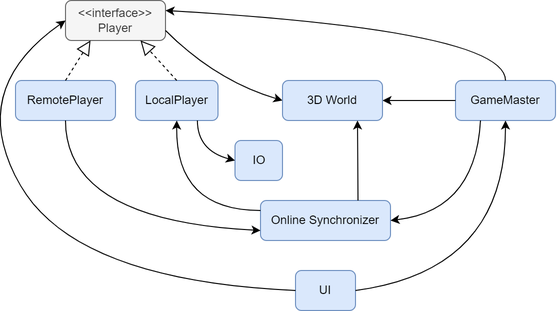
The draw.io diagram docs/service_architecture.png in joonashalinen/bloxu, before a commit. Source tidied: cells renumbered, new cells last; positions are measured from the earlier drawing's top-left corner, leaving out a move shared by most shapes. Source of this version:
```xml
<mxGraphModel>
  <root>
    <mxCell id="0" />
    <mxCell id="1" parent="0" />
    <mxCell id="2" value="UI" style="rounded=1;whiteSpace=wrap;html=1;fillColor=#dae8fc;strokeColor=#6c8ebf;" parent="1" vertex="1">
      <mxGeometry x="330" y="270" width="60" height="40" as="geometry" />
    </mxCell>
    <mxCell id="3" value="&amp;lt;&amp;lt;interface&amp;gt;&amp;gt;&lt;br&gt;Player" style="rounded=1;whiteSpace=wrap;html=1;fillColor=#f5f5f5;strokeColor=#666666;fontColor=#333333;" parent="1" vertex="1">
      <mxGeometry x="100" width="100" height="40" as="geometry" />
    </mxCell>
    <mxCell id="4" value="GameMaster" style="rounded=1;whiteSpace=wrap;html=1;fillColor=#dae8fc;strokeColor=#6c8ebf;" parent="1" vertex="1">
      <mxGeometry x="490" y="80" width="100" height="40" as="geometry" />
    </mxCell>
    <mxCell id="5" style="endArrow=classic;html=1;entryX=0;entryY=0.5;entryDx=0;entryDy=0;curved=1;exitX=1;exitY=0.75;exitDx=0;exitDy=0;" parent="1" edge="1" source="3" target="8">
      <mxGeometry relative="1" as="geometry">
        <Array as="points">
          <mxPoint x="250" y="80" />
        </Array>
      </mxGeometry>
    </mxCell>
    <mxCell id="6" style="endArrow=classic;html=1;rounded=0;exitX=0;exitY=0.5;exitDx=0;exitDy=0;entryX=1;entryY=0.5;entryDx=0;entryDy=0;" parent="1" edge="1" source="4" target="8">
      <mxGeometry relative="1" as="geometry" />
    </mxCell>
    <mxCell id="7" style="endArrow=classic;html=1;exitX=0.5;exitY=0;exitDx=0;exitDy=0;curved=1;entryX=1;entryY=0.25;entryDx=0;entryDy=0;" parent="1" edge="1" source="4" target="3">
      <mxGeometry relative="1" as="geometry">
        <Array as="points">
          <mxPoint x="540" y="30" />
        </Array>
      </mxGeometry>
    </mxCell>
    <mxCell id="8" value="3D World" style="rounded=1;whiteSpace=wrap;html=1;fillColor=#dae8fc;strokeColor=#6c8ebf;" parent="1" vertex="1">
      <mxGeometry x="317" y="80" width="100" height="40" as="geometry" />
    </mxCell>
    <mxCell id="9" value="Online Synchronizer" style="rounded=1;whiteSpace=wrap;html=1;fillColor=#dae8fc;strokeColor=#6c8ebf;" parent="1" vertex="1">
      <mxGeometry x="295" y="200" width="130" height="40" as="geometry" />
    </mxCell>
    <mxCell id="10" value="RemotePlayer" style="rounded=1;whiteSpace=wrap;html=1;fillColor=#dae8fc;strokeColor=#6c8ebf;" parent="1" vertex="1">
      <mxGeometry x="50" y="80" width="100" height="40" as="geometry" />
    </mxCell>
    <mxCell id="11" style="endArrow=classic;html=1;rounded=0;entryX=0.75;entryY=1;entryDx=0;entryDy=0;exitX=0.75;exitY=0;exitDx=0;exitDy=0;" parent="1" edge="1" source="9" target="8">
      <mxGeometry relative="1" as="geometry" />
    </mxCell>
    <mxCell id="12" value="LocalPlayer" style="rounded=1;whiteSpace=wrap;html=1;fillColor=#dae8fc;strokeColor=#6c8ebf;" parent="1" vertex="1">
      <mxGeometry x="170" y="80" width="82.5" height="40" as="geometry" />
    </mxCell>
    <mxCell id="13" style="endArrow=block;dashed=1;endFill=0;endSize=12;html=1;rounded=0;exitX=0.5;exitY=0;exitDx=0;exitDy=0;entryX=0.25;entryY=1;entryDx=0;entryDy=0;" parent="1" edge="1" source="10" target="3">
      <mxGeometry relative="1" as="geometry" />
    </mxCell>
    <mxCell id="14" style="endArrow=block;dashed=1;endFill=0;endSize=12;html=1;rounded=0;exitX=0.5;exitY=0;exitDx=0;exitDy=0;entryX=0.75;entryY=1;entryDx=0;entryDy=0;" parent="1" edge="1" source="12" target="3">
      <mxGeometry relative="1" as="geometry" />
    </mxCell>
    <mxCell id="15" style="endArrow=classic;html=1;exitX=1;exitY=0.5;exitDx=0;exitDy=0;entryX=0.5;entryY=1;entryDx=0;entryDy=0;curved=1;" parent="1" edge="1" source="2" target="4">
      <mxGeometry relative="1" as="geometry">
        <Array as="points">
          <mxPoint x="540" y="270" />
        </Array>
      </mxGeometry>
    </mxCell>
    <mxCell id="16" style="endArrow=classic;html=1;exitX=0;exitY=0.5;exitDx=0;exitDy=0;entryX=0;entryY=0.5;entryDx=0;entryDy=0;curved=1;" parent="1" edge="1" source="2" target="3">
      <mxGeometry relative="1" as="geometry">
        <Array as="points">
          <mxPoint x="110" y="280" />
          <mxPoint y="90" />
        </Array>
      </mxGeometry>
    </mxCell>
    <mxCell id="17" style="endArrow=classic;html=1;entryX=0.5;entryY=1;entryDx=0;entryDy=0;curved=1;exitX=0;exitY=0.25;exitDx=0;exitDy=0;" parent="1" edge="1" source="9" target="12">
      <mxGeometry relative="1" as="geometry">
        <Array as="points">
          <mxPoint x="210" y="210" />
        </Array>
      </mxGeometry>
    </mxCell>
    <mxCell id="18" style="endArrow=classic;html=1;exitX=0.5;exitY=1;exitDx=0;exitDy=0;entryX=0;entryY=0.75;entryDx=0;entryDy=0;curved=1;" parent="1" edge="1" source="10" target="9">
      <mxGeometry relative="1" as="geometry">
        <Array as="points">
          <mxPoint x="100" y="220" />
        </Array>
      </mxGeometry>
    </mxCell>
    <mxCell id="19" value="IO" style="rounded=1;whiteSpace=wrap;html=1;fillColor=#dae8fc;strokeColor=#6c8ebf;" parent="1" vertex="1">
      <mxGeometry x="269.5" y="140" width="47.5" height="40" as="geometry" />
    </mxCell>
    <mxCell id="20" style="endArrow=classic;html=1;exitX=0.25;exitY=1;exitDx=0;exitDy=0;entryX=1;entryY=0.5;entryDx=0;entryDy=0;curved=1;" parent="1" edge="1" source="4" target="9">
      <mxGeometry relative="1" as="geometry">
        <Array as="points">
          <mxPoint x="510" y="210" />
        </Array>
      </mxGeometry>
    </mxCell>
    <mxCell id="21" style="endArrow=classic;html=1;entryX=0;entryY=0.5;entryDx=0;entryDy=0;curved=1;exitX=0.75;exitY=1;exitDx=0;exitDy=0;" parent="1" edge="1" source="12" target="19">
      <mxGeometry relative="1" as="geometry">
        <Array as="points">
          <mxPoint x="232" y="150" />
        </Array>
      </mxGeometry>
    </mxCell>
  </root>
</mxGraphModel>
```
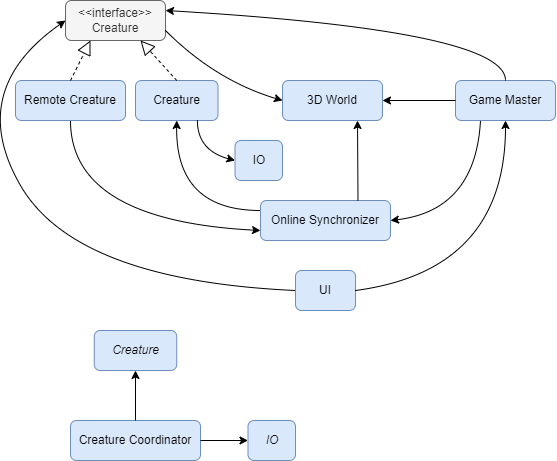
The same file after the commit.

The edit, as a diff of the source:
```diff
@@ -5,10 +5,10 @@
     <mxCell id="2" value="UI" style="rounded=1;whiteSpace=wrap;html=1;fillColor=#dae8fc;strokeColor=#6c8ebf;" parent="1" vertex="1">
       <mxGeometry x="330" y="270" width="60" height="40" as="geometry" />
     </mxCell>
-    <mxCell id="3" value="&amp;lt;&amp;lt;interface&amp;gt;&amp;gt;&lt;br&gt;Player" style="rounded=1;whiteSpace=wrap;html=1;fillColor=#f5f5f5;strokeColor=#666666;fontColor=#333333;" parent="1" vertex="1">
+    <mxCell id="3" value="&amp;lt;&amp;lt;interface&amp;gt;&amp;gt;&lt;br&gt;Creature" style="rounded=1;whiteSpace=wrap;html=1;fillColor=#f5f5f5;strokeColor=#666666;fontColor=#333333;" parent="1" vertex="1">
       <mxGeometry x="100" width="100" height="40" as="geometry" />
     </mxCell>
-    <mxCell id="4" value="GameMaster" style="rounded=1;whiteSpace=wrap;html=1;fillColor=#dae8fc;strokeColor=#6c8ebf;" parent="1" vertex="1">
+    <mxCell id="4" value="Game Master" style="rounded=1;whiteSpace=wrap;html=1;fillColor=#dae8fc;strokeColor=#6c8ebf;" parent="1" vertex="1">
       <mxGeometry x="490" y="80" width="100" height="40" as="geometry" />
     </mxCell>
     <mxCell id="5" style="endArrow=classic;html=1;entryX=0;entryY=0.5;entryDx=0;entryDy=0;curved=1;exitX=1;exitY=0.75;exitDx=0;exitDy=0;" parent="1" edge="1" source="3" target="8">
@@ -34,13 +34,13 @@
     <mxCell id="9" value="Online Synchronizer" style="rounded=1;whiteSpace=wrap;html=1;fillColor=#dae8fc;strokeColor=#6c8ebf;" parent="1" vertex="1">
       <mxGeometry x="295" y="200" width="130" height="40" as="geometry" />
     </mxCell>
-    <mxCell id="10" value="RemotePlayer" style="rounded=1;whiteSpace=wrap;html=1;fillColor=#dae8fc;strokeColor=#6c8ebf;" parent="1" vertex="1">
-      <mxGeometry x="50" y="80" width="100" height="40" as="geometry" />
+    <mxCell id="10" value="Remote Creature" style="rounded=1;whiteSpace=wrap;html=1;fillColor=#dae8fc;strokeColor=#6c8ebf;" parent="1" vertex="1">
+      <mxGeometry x="50" y="80" width="110" height="40" as="geometry" />
     </mxCell>
     <mxCell id="11" style="endArrow=classic;html=1;rounded=0;entryX=0.75;entryY=1;entryDx=0;entryDy=0;exitX=0.75;exitY=0;exitDx=0;exitDy=0;" parent="1" edge="1" source="9" target="8">
       <mxGeometry relative="1" as="geometry" />
     </mxCell>
-    <mxCell id="12" value="LocalPlayer" style="rounded=1;whiteSpace=wrap;html=1;fillColor=#dae8fc;strokeColor=#6c8ebf;" parent="1" vertex="1">
+    <mxCell id="12" value="Creature" style="rounded=1;whiteSpace=wrap;html=1;fillColor=#dae8fc;strokeColor=#6c8ebf;" parent="1" vertex="1">
       <mxGeometry x="170" y="80" width="82.5" height="40" as="geometry" />
     </mxCell>
     <mxCell id="13" style="endArrow=block;dashed=1;endFill=0;endSize=12;html=1;rounded=0;exitX=0.5;exitY=0;exitDx=0;exitDy=0;entryX=0.25;entryY=1;entryDx=0;entryDy=0;" parent="1" edge="1" source="10" target="3">
@@ -74,7 +74,7 @@
     <mxCell id="18" style="endArrow=classic;html=1;exitX=0.5;exitY=1;exitDx=0;exitDy=0;entryX=0;entryY=0.75;entryDx=0;entryDy=0;curved=1;" parent="1" edge="1" source="10" target="9">
       <mxGeometry relative="1" as="geometry">
         <Array as="points">
-          <mxPoint x="100" y="220" />
+          <mxPoint x="105" y="220" />
         </Array>
       </mxGeometry>
     </mxCell>
@@ -95,5 +95,20 @@
         </Array>
       </mxGeometry>
     </mxCell>
+    <mxCell id="22" value="Creature Coordinator" style="rounded=1;whiteSpace=wrap;html=1;fillColor=#dae8fc;strokeColor=#6c8ebf;" parent="1" vertex="1">
+      <mxGeometry x="105" y="420" width="130" height="40" as="geometry" />
+    </mxCell>
+    <mxCell id="23" value="&lt;i&gt;IO&lt;/i&gt;" style="rounded=1;whiteSpace=wrap;html=1;fillColor=#dae8fc;strokeColor=#6c8ebf;" parent="1" vertex="1">
+      <mxGeometry x="282.5" y="420" width="47.5" height="40" as="geometry" />
+    </mxCell>
+    <mxCell id="24" value="&lt;i&gt;Creature&lt;/i&gt;" style="rounded=1;whiteSpace=wrap;html=1;fillColor=#dae8fc;strokeColor=#6c8ebf;" parent="1" vertex="1">
+      <mxGeometry x="128.8" y="330" width="82.5" height="40" as="geometry" />
+    </mxCell>
+    <mxCell id="25" style="endArrow=classic;html=1;entryX=0.5;entryY=1;entryDx=0;entryDy=0;curved=1;exitX=0.5;exitY=0;exitDx=0;exitDy=0;" parent="1" edge="1" source="22" target="24">
+      <mxGeometry relative="1" as="geometry" />
+    </mxCell>
+    <mxCell id="26" style="endArrow=classic;html=1;entryX=0;entryY=0.5;entryDx=0;entryDy=0;curved=1;exitX=1;exitY=0.5;exitDx=0;exitDy=0;" parent="1" edge="1" source="22" target="23">
+      <mxGeometry relative="1" as="geometry" />
+    </mxCell>
   </root>
 </mxGraphModel>
```
